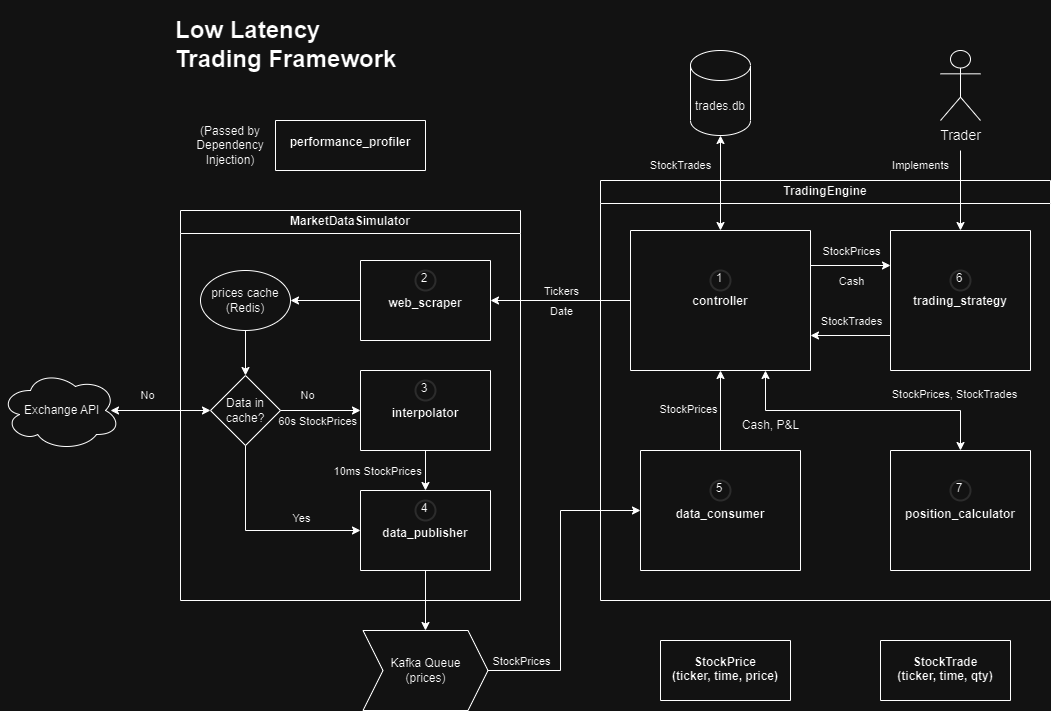
Before: imgs/LLFT-Architecture.drawio.png, a diagram exported from draw.io (Erik-Kelemen/Low-Latency-Trading-Framework). Source tidied: cells renumbered, new cells last; positions are measured from the earlier drawing's top-left corner, leaving out a move shared by most shapes.
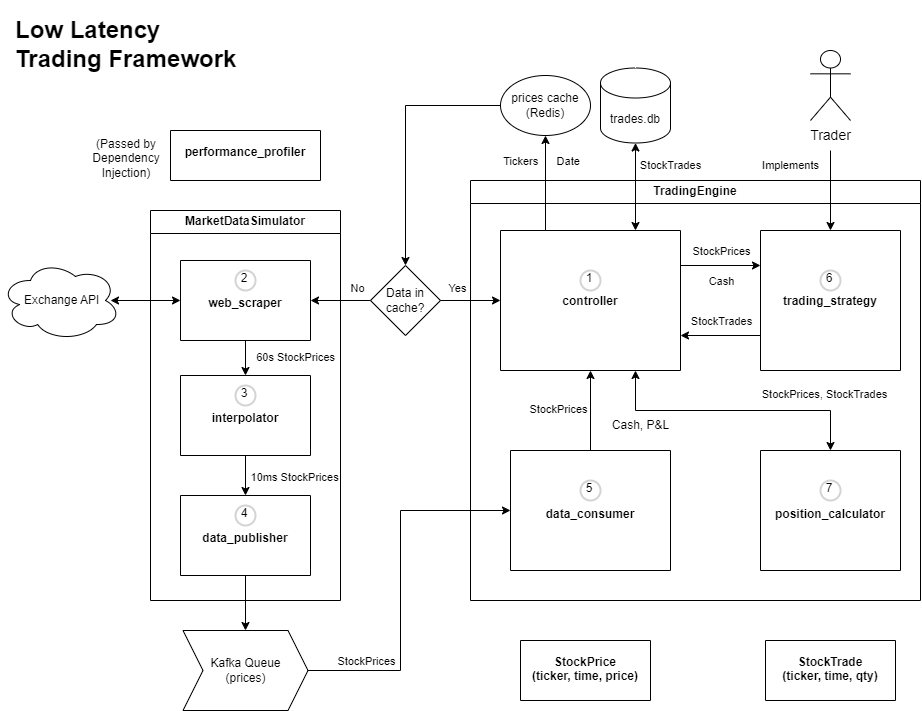
After the change.

Diff of the diagram source:
```diff
@@ -75,67 +75,42 @@
       </mxGeometry>
     </mxCell>
     <mxCell id="21" value="MarketDataSimulator" style="swimlane;whiteSpace=wrap;html=1;labelBackgroundColor=none;fillOpacity=0;" parent="1" vertex="1">
-      <mxGeometry x="180" y="200" width="340" height="390" as="geometry" />
+      <mxGeometry x="280" y="200" width="190" height="390" as="geometry" />
     </mxCell>
     <mxCell id="22" value="&#10;&#10;&#10;&#10;&#10;&#10;interpolator" style="swimlane;startSize=0;labelBackgroundColor=none;" parent="21" vertex="1">
-      <mxGeometry x="180" y="160" width="130" height="80" as="geometry" />
+      <mxGeometry x="30" y="165" width="130" height="80" as="geometry" />
     </mxCell>
     <mxCell id="23" value="3" style="ellipse;whiteSpace=wrap;html=1;strokeWidth=2;spacingBottom=4;spacingRight=2;strokeColor=#d3d3d3;fillOpacity=0;" parent="22" vertex="1">
       <mxGeometry x="55" y="10" width="20" height="20" as="geometry" />
     </mxCell>
     <mxCell id="24" value="&#10;&#10;&#10;&#10;&#10;&#10;data_publisher" style="swimlane;startSize=0;labelBackgroundColor=none;" parent="21" vertex="1">
-      <mxGeometry x="180" y="280" width="130" height="80" as="geometry" />
+      <mxGeometry x="30" y="285" width="130" height="80" as="geometry" />
     </mxCell>
     <mxCell id="25" value="4" style="ellipse;whiteSpace=wrap;html=1;strokeWidth=2;spacingBottom=4;spacingRight=2;strokeColor=#d3d3d3;fillOpacity=0;" parent="24" vertex="1">
       <mxGeometry x="55" y="10" width="20" height="20" as="geometry" />
     </mxCell>
     <mxCell id="26" value="&#10;&#10;&#10;&#10;&#10;&#10;web_scraper" style="swimlane;startSize=0;labelBackgroundColor=none;" parent="21" vertex="1">
-      <mxGeometry x="180" y="50" width="130" height="80" as="geometry" />
+      <mxGeometry x="30" y="50" width="130" height="80" as="geometry" />
     </mxCell>
     <mxCell id="27" value="2" style="ellipse;whiteSpace=wrap;html=1;strokeWidth=2;spacingBottom=4;spacingRight=2;strokeColor=#d3d3d3;fillOpacity=0;" parent="26" vertex="1">
       <mxGeometry x="55" y="10" width="20" height="20" as="geometry" />
     </mxCell>
+    <mxCell id="36" style="endArrow=classic;html=1;rounded=0;exitX=0.5;exitY=1;exitDx=0;exitDy=0;entryX=0.5;entryY=0;entryDx=0;entryDy=0;" parent="21" edge="1" source="22" target="24">
+      <mxGeometry relative="1" as="geometry" />
+    </mxCell>
+    <mxCell id="60" style="endArrow=classic;html=1;rounded=0;exitX=0.5;exitY=1;exitDx=0;exitDy=0;entryX=0.5;entryY=0;entryDx=0;entryDy=0;" parent="21" edge="1" source="26" target="22">
+      <mxGeometry relative="1" as="geometry" />
+    </mxCell>
+    <mxCell id="38" value="&amp;nbsp; &amp;nbsp; 60s StockPrices" style="edgeLabel;html=1;align=center;verticalAlign=middle;labelBackgroundColor=none;" parent="21" vertex="1">
+      <mxGeometry x="130" y="150" as="geometry">
+        <mxPoint x="8" y="-4" as="offset" />
+      </mxGeometry>
+    </mxCell>
     <mxCell id="28" value="&amp;nbsp; &amp;nbsp; 10ms StockPrices" style="edgeLabel;html=1;align=center;verticalAlign=middle;labelBackgroundColor=none;" parent="21" vertex="1">
-      <mxGeometry x="190" y="260" as="geometry" />
+      <mxGeometry x="130" y="160" as="geometry">
+        <mxPoint x="7" y="106" as="offset" />
+      </mxGeometry>
     </mxCell>
-    <mxCell id="29" value="prices cache&#10;(Redis)" style="ellipse;whiteSpace=wrap;html=1;labelBackgroundColor=none;strokeColor=default;shadow=0;fillOpacity=0;" parent="21" vertex="1">
-      <mxGeometry x="20" y="60" width="90" height="60" as="geometry" />
-    </mxCell>
-    <mxCell id="30" style="endArrow=classic;html=1;rounded=0;exitX=0;exitY=0.5;exitDx=0;exitDy=0;entryX=1;entryY=0.5;entryDx=0;entryDy=0;" parent="21" edge="1" source="26" target="29">
-      <mxGeometry relative="1" as="geometry" />
-    </mxCell>
-    <mxCell id="31" value="Data in cache?" style="rhombus;whiteSpace=wrap;html=1;labelBackgroundColor=none;fillOpacity=0;" parent="21" vertex="1">
-      <mxGeometry x="30" y="165" width="70" height="70" as="geometry" />
-    </mxCell>
-    <mxCell id="32" style="endArrow=classic;html=1;rounded=0;exitX=0.5;exitY=1;exitDx=0;exitDy=0;entryX=0.5;entryY=0;entryDx=0;entryDy=0;labelBackgroundColor=none;" parent="21" edge="1" source="29" target="31">
-      <mxGeometry relative="1" as="geometry" />
-    </mxCell>
-    <mxCell id="33" style="endArrow=classic;html=1;rounded=0;exitX=0.5;exitY=1;exitDx=0;exitDy=0;labelBackgroundColor=none;entryX=0;entryY=0.5;entryDx=0;entryDy=0;" parent="21" edge="1" source="31" target="24">
-      <mxGeometry relative="1" as="geometry">
-        <Array as="points">
-          <mxPoint x="65" y="320" />
-        </Array>
-      </mxGeometry>
-    </mxCell>
-    <mxCell id="34" value="Yes" style="edgeLabel;html=1;align=center;verticalAlign=middle;labelBackgroundColor=none;" parent="33" vertex="1">
-      <mxGeometry x="-0.47" y="1" relative="1" as="geometry">
-        <mxPoint x="54" y="19" as="offset" />
-      </mxGeometry>
-    </mxCell>
-    <mxCell id="35" style="endArrow=classic;html=1;rounded=0;exitX=1;exitY=0.5;exitDx=0;exitDy=0;entryX=0;entryY=0.5;entryDx=0;entryDy=0;" parent="21" edge="1" source="31" target="22">
-      <mxGeometry relative="1" as="geometry" />
-    </mxCell>
-    <mxCell id="36" style="endArrow=classic;html=1;rounded=0;exitX=0.5;exitY=1;exitDx=0;exitDy=0;entryX=0.5;entryY=0;entryDx=0;entryDy=0;" parent="21" edge="1" source="22" target="24">
-      <mxGeometry relative="1" as="geometry" />
-    </mxCell>
-    <mxCell id="37" value="No" style="edgeLabel;html=1;align=center;verticalAlign=middle;labelBackgroundColor=none;" parent="21" vertex="1">
-      <mxGeometry x="170" y="250" as="geometry">
-        <mxPoint x="-44" y="-66" as="offset" />
-      </mxGeometry>
-    </mxCell>
-    <mxCell id="38" value="&amp;nbsp; &amp;nbsp; 60s StockPrices" style="edgeLabel;html=1;align=center;verticalAlign=middle;labelBackgroundColor=none;" parent="21" vertex="1">
-      <mxGeometry x="130" y="210" as="geometry" />
-    </mxCell>
     <mxCell id="39" style="endArrow=classic;html=1;rounded=0;entryX=0.5;entryY=0;entryDx=0;entryDy=0;labelBackgroundColor=none;" parent="1" edge="1" target="3">
       <mxGeometry relative="1" as="geometry">
         <mxPoint x="960" y="140" as="sourcePoint" />
@@ -145,10 +120,10 @@
       <mxGeometry x="940" y="40" width="40" height="70" as="geometry" />
     </mxCell>
     <mxCell id="41" value="&amp;nbsp;Exchange API" style="ellipse;shape=cloud;whiteSpace=wrap;html=1;labelBackgroundColor=none;fillOpacity=0;" parent="1" vertex="1">
-      <mxGeometry y="360" width="120" height="80" as="geometry" />
+      <mxGeometry x="130" y="250" width="120" height="80" as="geometry" />
     </mxCell>
     <mxCell id="42" value="Kafka Queue&#10;(prices)" style="shape=step;perimeter=stepPerimeter;whiteSpace=wrap;html=1;fixedSize=1;labelBackgroundColor=none;fillOpacity=0;" parent="1" vertex="1">
-      <mxGeometry x="362.5" y="620" width="125" height="80" as="geometry" />
+      <mxGeometry x="312.5" y="620" width="125" height="80" as="geometry" />
     </mxCell>
     <mxCell id="43" style="endArrow=classic;html=1;rounded=0;exitX=0.5;exitY=1;exitDx=0;exitDy=0;entryX=0.5;entryY=0;entryDx=0;entryDy=0;labelBackgroundColor=none;" parent="1" edge="1" source="24" target="42">
       <mxGeometry relative="1" as="geometry" />
@@ -156,65 +131,82 @@
     <mxCell id="44" style="endArrow=classic;html=1;rounded=0;exitX=1;exitY=0.5;exitDx=0;exitDy=0;entryX=0;entryY=0.5;entryDx=0;entryDy=0;labelBackgroundColor=none;" parent="1" edge="1" source="42" target="7">
       <mxGeometry relative="1" as="geometry">
         <Array as="points">
-          <mxPoint x="560" y="660" />
-          <mxPoint x="560" y="500" />
+          <mxPoint x="530" y="660" />
+          <mxPoint x="530" y="500" />
         </Array>
       </mxGeometry>
     </mxCell>
-    <mxCell id="45" style="endArrow=classic;startArrow=classic;html=1;rounded=0;exitX=0.5;exitY=0;exitDx=0;exitDy=0;entryX=0.5;entryY=1;entryDx=0;entryDy=0;entryPerimeter=0;labelBackgroundColor=none;" parent="1" edge="1" source="5" target="46">
+    <mxCell id="45" style="endArrow=classic;startArrow=classic;html=1;rounded=0;exitX=0.75;exitY=0;exitDx=0;exitDy=0;entryX=0.5;entryY=1;entryDx=0;entryDy=0;entryPerimeter=0;labelBackgroundColor=none;" parent="1" edge="1" source="5" target="46">
       <mxGeometry relative="1" as="geometry" />
     </mxCell>
     <mxCell id="46" value="trades.db" style="shape=cylinder3;boundedLbl=1;backgroundOutline=1;size=15;labelBackgroundColor=none;fillOpacity=0;" parent="1" vertex="1">
-      <mxGeometry x="690" y="40" width="60" height="85" as="geometry" />
+      <mxGeometry x="730" y="57.5" width="70" height="75" as="geometry" />
     </mxCell>
-    <mxCell id="47" style="endArrow=classic;html=1;rounded=0;entryX=1;entryY=0.5;entryDx=0;entryDy=0;labelBackgroundColor=none;" parent="1" edge="1" target="26">
-      <mxGeometry relative="1" as="geometry">
-        <mxPoint x="630" y="290" as="sourcePoint" />
-      </mxGeometry>
+    <mxCell id="47" style="endArrow=classic;html=1;rounded=0;labelBackgroundColor=none;exitX=0.25;exitY=0;exitDx=0;exitDy=0;entryX=0.5;entryY=1;entryDx=0;entryDy=0;" parent="1" edge="1" source="5" target="29">
+      <mxGeometry relative="1" as="geometry" />
     </mxCell>
-    <mxCell id="48" value="Tickers" style="edgeLabel;html=1;align=center;verticalAlign=middle;labelBackgroundColor=none;" parent="47" vertex="1">
-      <mxGeometry x="0.25" y="-1" relative="1" as="geometry">
-        <mxPoint x="17" y="-9" as="offset" />
-      </mxGeometry>
-    </mxCell>
     <mxCell id="49" value="&#10;&#10;&#10;performance_profiler" style="swimlane;startSize=0;labelBackgroundColor=none;" parent="1" vertex="1">
-      <mxGeometry x="275" y="110" width="150" height="50" as="geometry" />
+      <mxGeometry x="300" y="120" width="150" height="50" as="geometry" />
     </mxCell>
     <mxCell id="50" value="&lt;h1&gt;Low Latency Trading Framework&lt;/h1&gt;" style="text;html=1;strokeColor=none;fillColor=none;spacing=5;spacingTop=-20;whiteSpace=wrap;overflow=hidden;rounded=0;labelBackgroundColor=none;" parent="1" vertex="1">
-      <mxGeometry x="170" width="232.5" height="80" as="geometry" />
+      <mxGeometry x="140" width="232.5" height="80" as="geometry" />
     </mxCell>
     <mxCell id="51" value="(Passed by Dependency Injection)" style="text;html=1;strokeColor=none;fillColor=none;align=center;verticalAlign=middle;whiteSpace=wrap;rounded=0;labelBackgroundColor=none;" parent="1" vertex="1">
-      <mxGeometry x="200" y="120" width="60" height="30" as="geometry" />
+      <mxGeometry x="226.2" y="132.5" width="60" height="30" as="geometry" />
     </mxCell>
     <mxCell id="52" value="&#10;&#10;&#10;&#10;StockPrice &#10;(ticker, time, price)" style="swimlane;startSize=0;labelBackgroundColor=none;" parent="1" vertex="1">
-      <mxGeometry x="660" y="630" width="130" height="60" as="geometry" />
+      <mxGeometry x="650" y="630" width="130" height="60" as="geometry" />
     </mxCell>
     <mxCell id="53" value="&#10;&#10;&#10;&#10;StockTrade&#10;(ticker, time, qty)" style="swimlane;startSize=0;labelBackgroundColor=none;" parent="1" vertex="1">
-      <mxGeometry x="880" y="630" width="130" height="60" as="geometry" />
+      <mxGeometry x="895" y="630" width="130" height="60" as="geometry" />
     </mxCell>
-    <mxCell id="54" value="Date" style="edgeLabel;html=1;align=center;verticalAlign=middle;labelBackgroundColor=none;" parent="1" vertex="1">
-      <mxGeometry x="560" y="300" as="geometry" />
-    </mxCell>
     <mxCell id="55" value="&lt;font style=&quot;font-size: 11px;&quot;&gt;StockTrades&lt;/font&gt;" style="text;html=1;align=center;verticalAlign=middle;strokeColor=none;fillColor=none;" parent="1" vertex="1">
-      <mxGeometry x="640" y="140" width="80" height="30" as="geometry" />
+      <mxGeometry x="760" y="140" width="80" height="30" as="geometry" />
     </mxCell>
     <mxCell id="56" value="&lt;font style=&quot;font-size: 11px;&quot;&gt;Implements&lt;/font&gt;" style="text;html=1;align=center;verticalAlign=middle;strokeColor=none;fillColor=none;" parent="1" vertex="1">
       <mxGeometry x="880" y="140" width="80" height="30" as="geometry" />
     </mxCell>
     <mxCell id="57" value="StockPrices" style="edgeLabel;html=1;align=center;verticalAlign=middle;labelBackgroundColor=none;" parent="1" vertex="1">
-      <mxGeometry x="560" y="680" as="geometry">
+      <mxGeometry x="535" y="680" as="geometry">
         <mxPoint x="-40" y="-30" as="offset" />
       </mxGeometry>
     </mxCell>
-    <mxCell id="58" style="endArrow=classic;startArrow=classic;html=1;rounded=0;entryX=0;entryY=0.5;entryDx=0;entryDy=0;" parent="1" edge="1" target="31">
-      <mxGeometry relative="1" as="geometry">
-        <mxPoint x="110" y="400" as="sourcePoint" />
-      </mxGeometry>
-    </mxCell>
-    <mxCell id="59" value="No" style="edgeLabel;html=1;align=center;verticalAlign=middle;labelBackgroundColor=none;" parent="1" vertex="1">
-      <mxGeometry x="190" y="450" as="geometry">
-        <mxPoint x="-44" y="-66" as="offset" />
-      </mxGeometry>
-    </mxCell>
+    <mxCell id="29" value="prices cache&#10;(Redis)" style="ellipse;whiteSpace=wrap;html=1;labelBackgroundColor=none;strokeColor=default;shadow=0;fillOpacity=0;" parent="1" vertex="1">
+      <mxGeometry x="630" y="65" width="90" height="60" as="geometry" />
+    </mxCell>
+    <mxCell id="32" style="endArrow=classic;html=1;rounded=0;exitX=0;exitY=0.5;exitDx=0;exitDy=0;entryX=0.5;entryY=0;entryDx=0;entryDy=0;labelBackgroundColor=none;" parent="1" edge="1" source="29" target="31">
+      <mxGeometry relative="1" as="geometry">
+        <Array as="points">
+          <mxPoint x="535" y="95" />
+        </Array>
+      </mxGeometry>
+    </mxCell>
+    <mxCell id="31" value="Data in cache?" style="rhombus;whiteSpace=wrap;html=1;labelBackgroundColor=none;fillOpacity=0;" parent="1" vertex="1">
+      <mxGeometry x="500" y="255" width="70" height="70" as="geometry" />
+    </mxCell>
+    <mxCell id="35" style="endArrow=classic;html=1;rounded=0;exitX=1;exitY=0.5;exitDx=0;exitDy=0;entryX=0;entryY=0.5;entryDx=0;entryDy=0;" parent="1" edge="1" source="31" target="5">
+      <mxGeometry relative="1" as="geometry" />
+    </mxCell>
+    <mxCell id="61" value="Tickers&amp;nbsp; &amp;nbsp; &amp;nbsp; Date" style="edgeLabel;html=1;align=center;verticalAlign=middle;labelBackgroundColor=none;" parent="1" vertex="1">
+      <mxGeometry x="670" y="150" as="geometry" />
+    </mxCell>
+    <mxCell id="37" value="No" style="edgeLabel;html=1;align=center;verticalAlign=middle;labelBackgroundColor=none;" parent="1" vertex="1">
+      <mxGeometry x="510" y="340" as="geometry">
+        <mxPoint x="-24" y="-63" as="offset" />
+      </mxGeometry>
+    </mxCell>
+    <mxCell id="34" value="Yes" style="edgeLabel;html=1;align=center;verticalAlign=middle;labelBackgroundColor=none;" parent="1" vertex="1">
+      <mxGeometry x="610" y="340" as="geometry">
+        <mxPoint x="-24" y="-63" as="offset" />
+      </mxGeometry>
+    </mxCell>
+    <mxCell id="62" style="endArrow=classic;html=1;rounded=0;exitX=0;exitY=0.5;exitDx=0;exitDy=0;entryX=1;entryY=0.5;entryDx=0;entryDy=0;" parent="1" edge="1" source="31" target="26">
+      <mxGeometry relative="1" as="geometry" />
+    </mxCell>
+    <mxCell id="63" style="endArrow=classic;startArrow=classic;html=1;rounded=0;exitX=0;exitY=0.5;exitDx=0;exitDy=0;" parent="1" edge="1" source="26">
+      <mxGeometry relative="1" as="geometry">
+        <mxPoint x="240" y="290" as="targetPoint" />
+      </mxGeometry>
+    </mxCell>
   </root>
 </mxGraphModel>
```
